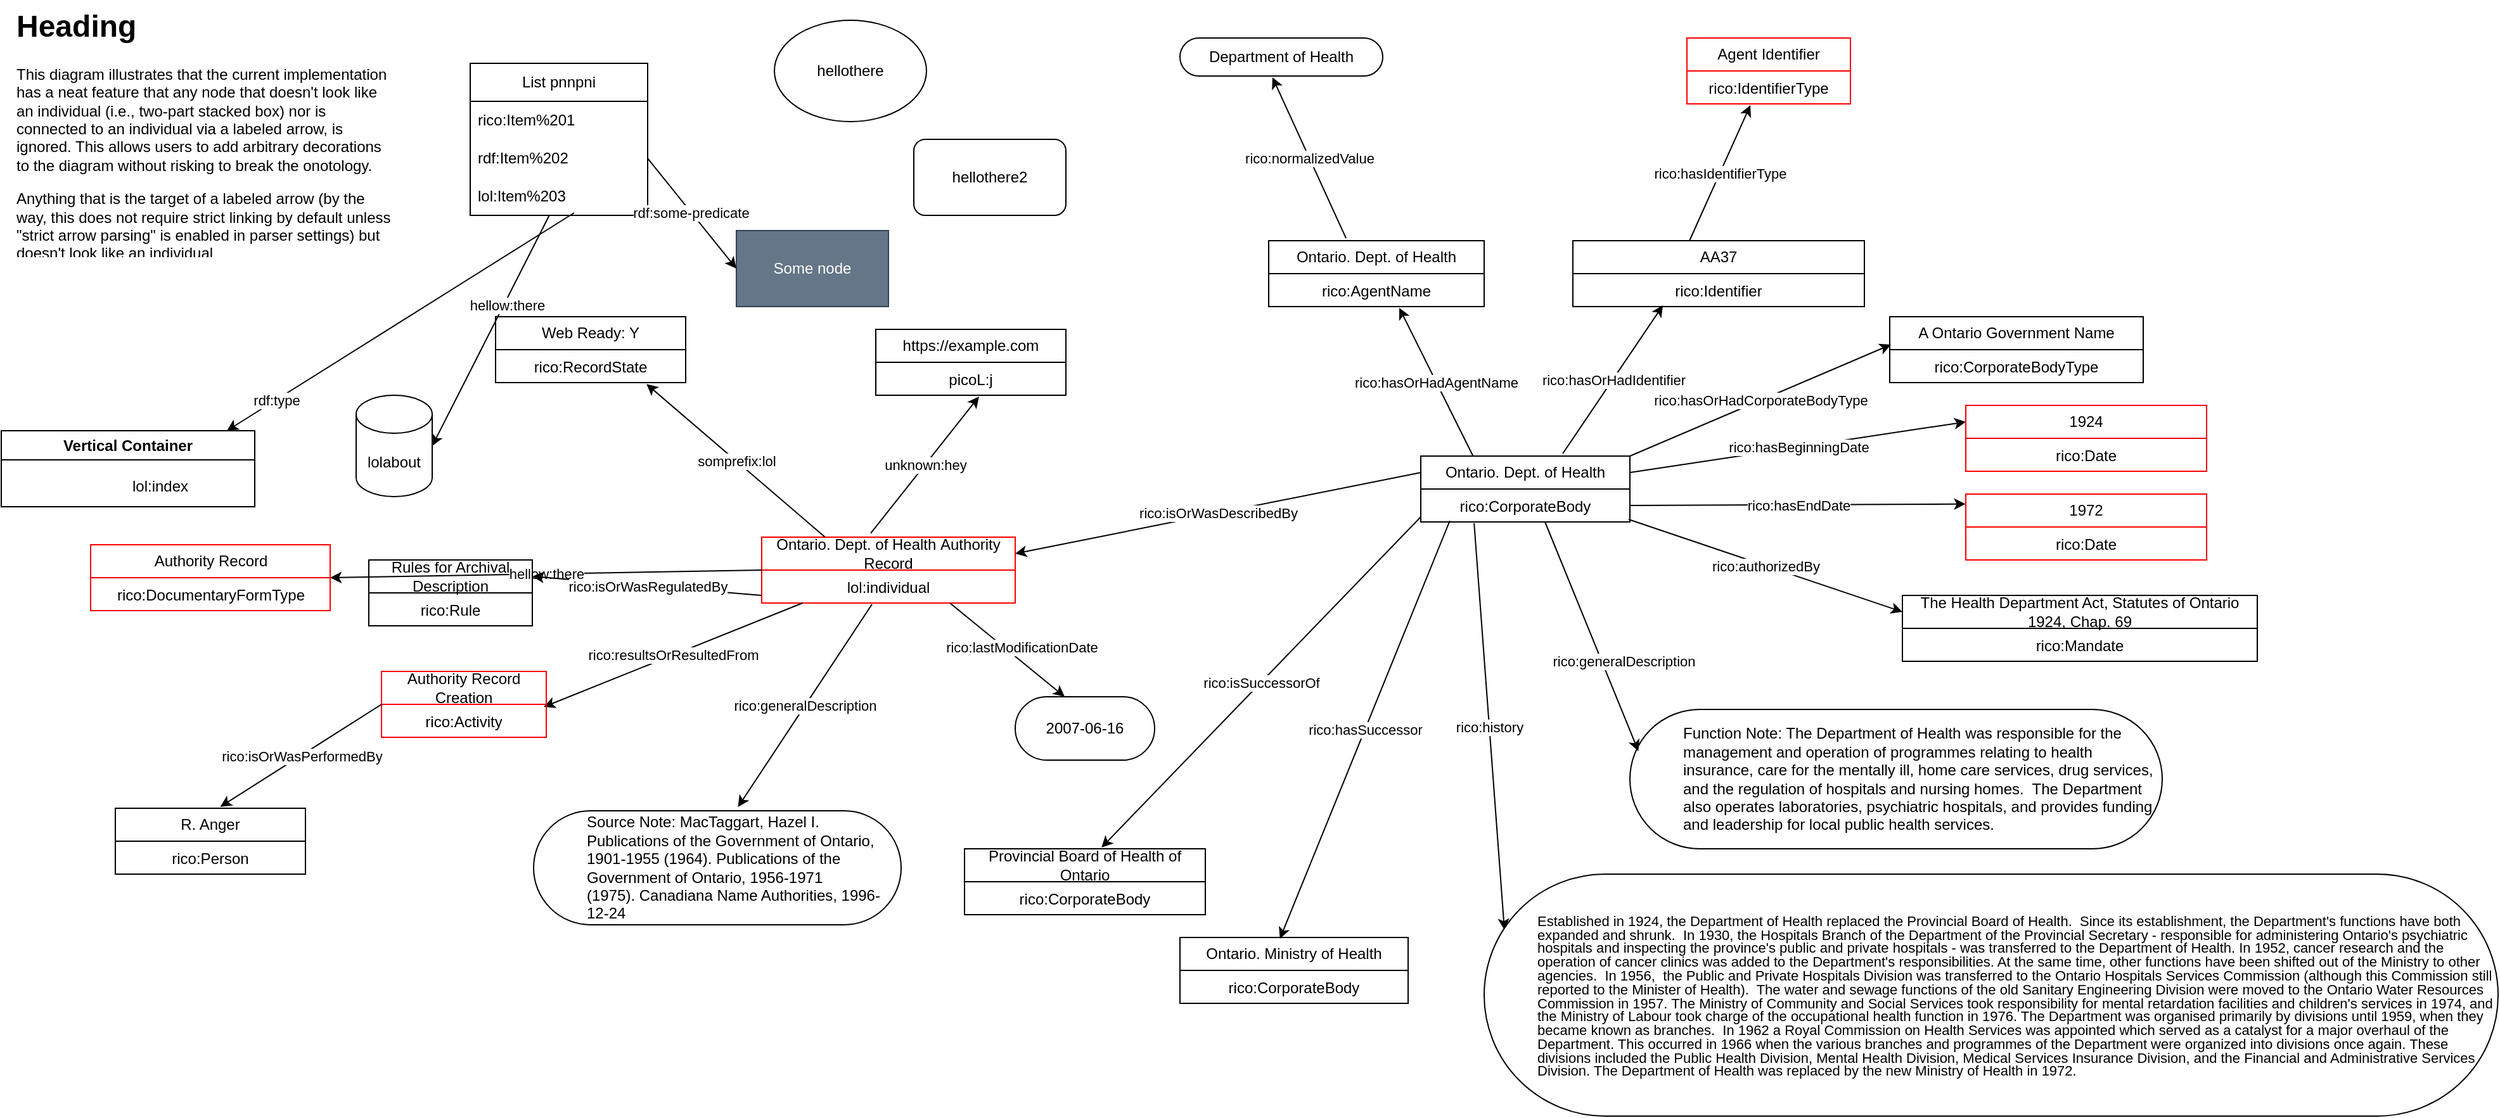
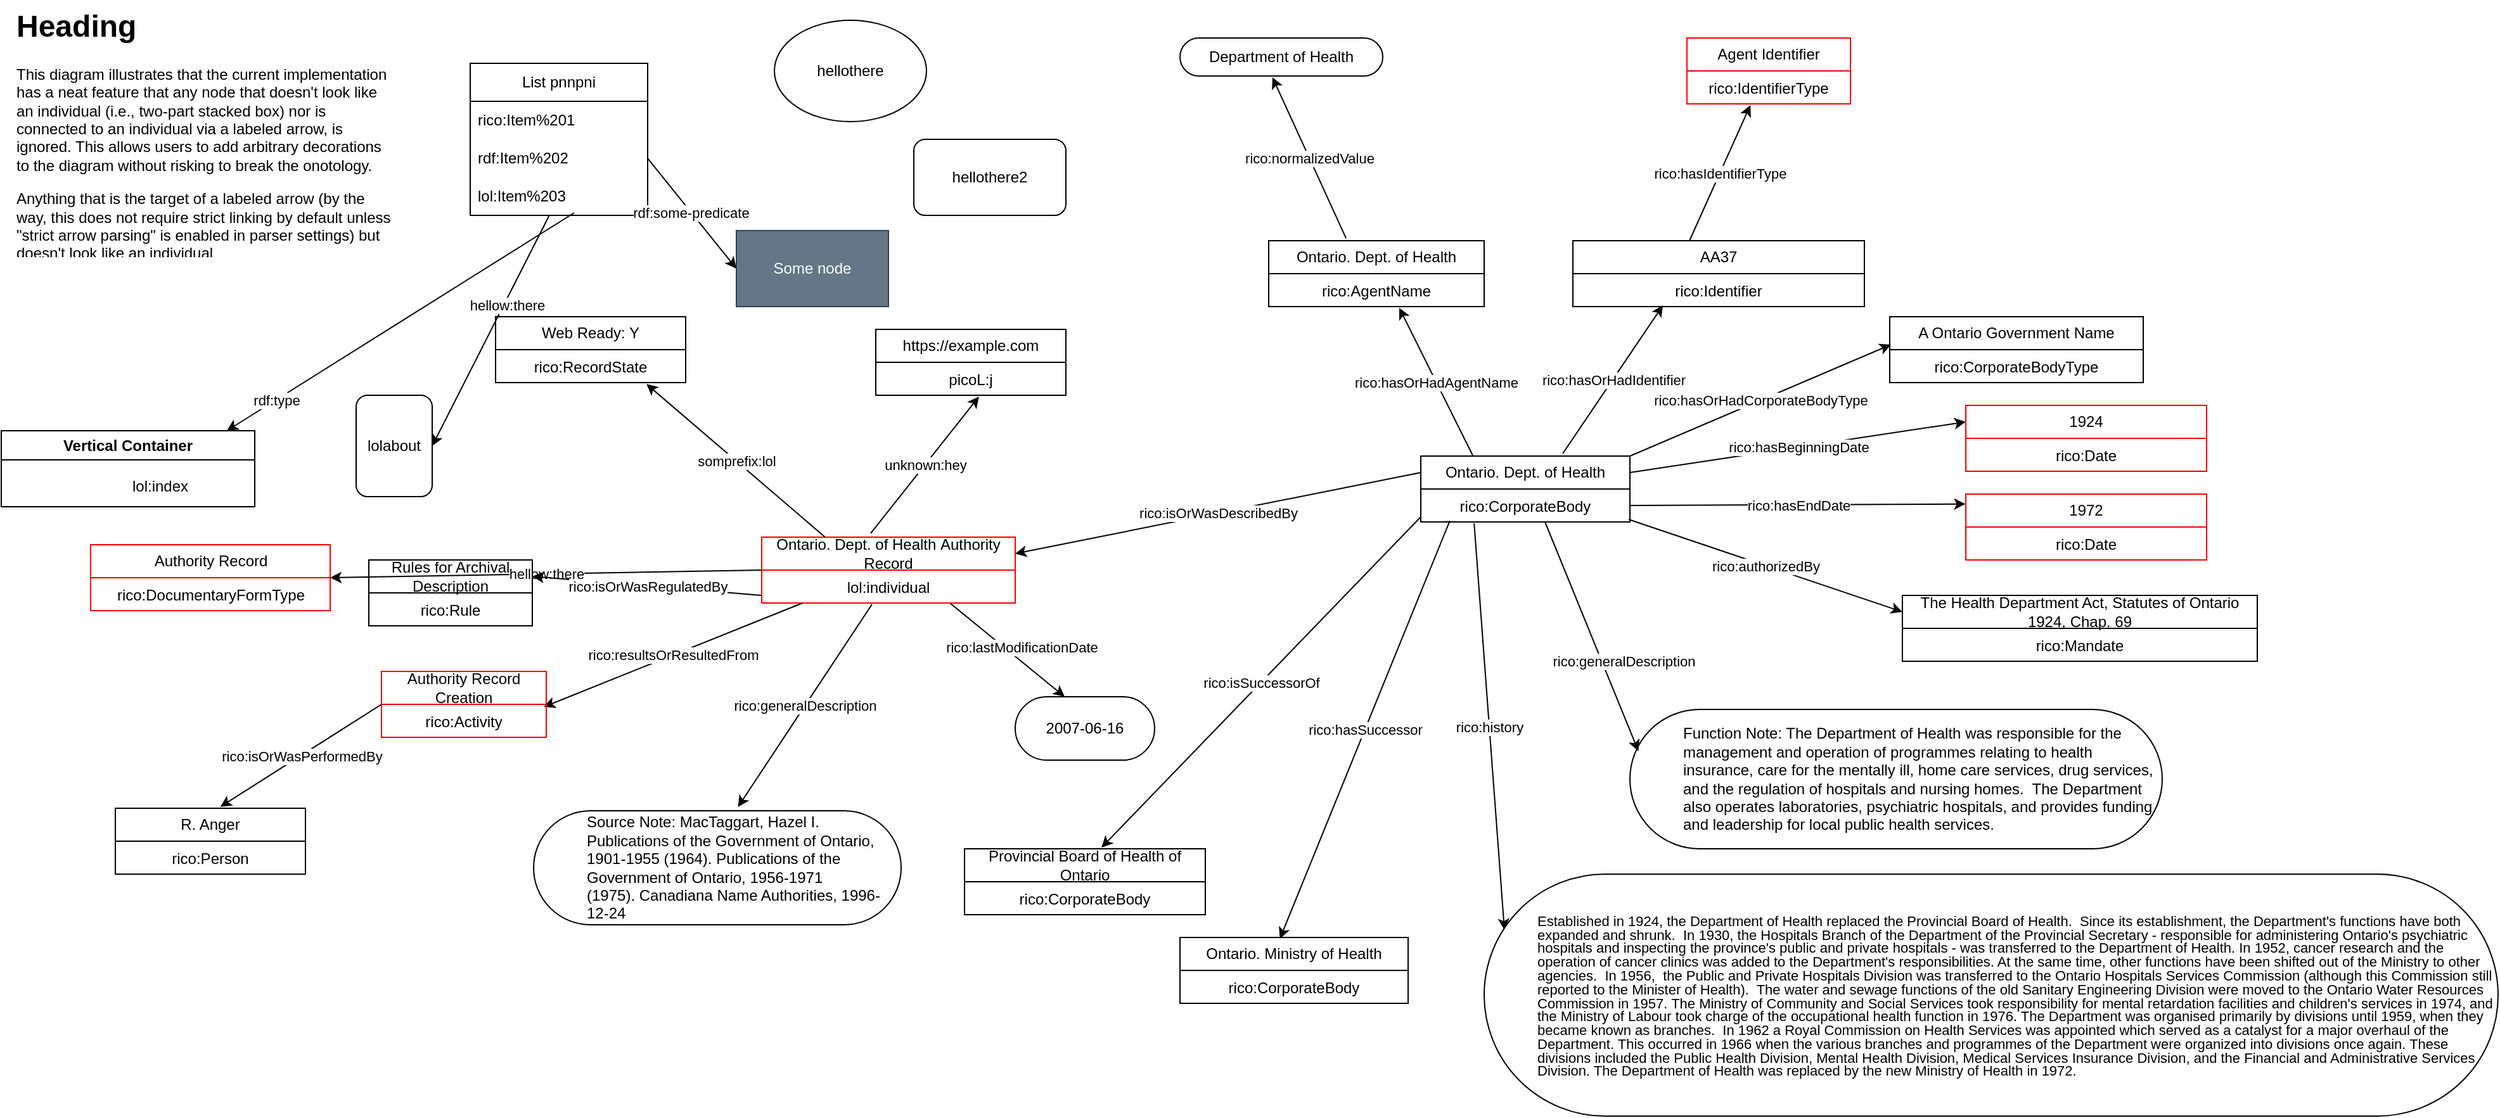
<mxfile host="[::]" agent="Mozilla/5.0 (Macintosh; Intel Mac OS X 10_15_7) AppleWebKit/537.36 (KHTML, like Gecko) Chrome/140.0.0.0 Safari/537.36" version="24.7.5">
  <diagram name="Page-1" id="JNRxnBV9_3tvGunqLC9R">
    <mxGraphModel dx="1644" dy="462" grid="1" gridSize="10" guides="1" tooltips="1" connect="1" arrows="1" fold="1" page="1" pageScale="1" pageWidth="850" pageHeight="1100" background="#FFFFFF" math="0" shadow="0">
      <root>
        <gbadMetadata label="" csvPath="/mock22/path/to/file.csv" baseUri="http://mock23-base-uri.com" rdfParserSettings="{&quot;version&quot;:1,&quot;settings&quot;:{&quot;includePreamble&quot;:false,&quot;inferTypeOfLiterals&quot;:true,&quot;includeLabel&quot;:false,&quot;strictMode&quot;:true,&quot;indentation&quot;:2,&quot;maxGap&quot;:10,&quot;ontologyIri&quot;:null,&quot;prefix&quot;:null,&quot;prefixIri&quot;:null,&quot;capitalisationScheme&quot;:&quot;upper-camel&quot;,&quot;metacharacterStrategy&quot;:&quot;url&quot;,&quot;metacharacterEntries&quot;:[]}}" id="0">
          <userObjectPreambleElement rdfPrefix="mock1" rdfIRI="http://mock-iri-ns.org" />
          <userObjectPreambleElement rdfPrefix="mock2" rdfIRI="http://prefix.com" />
          <userObjectPreambleElement rdfPrefix="rico" rdfIRI="rico://mock-rico" />
          <userObjectPreambleElement rdfPrefix="lol" rdfIRI="http://something.com" />
          <userObjectPreambleElement rdfPrefix="hellow" rdfIRI="some://helloworld" />
          <userObjectPreambleElement rdfPrefix="somprefix" rdfIRI="h://hello" />
          <userObjectPreambleElement rdfPrefix="unknown" rdfIRI="unknown://link" />
          <userObjectPreambleElement rdfPrefix="picoL" rdfIRI="s://sdfsdf" />
          <mxCell />
        </gbadMetadata>
        <mxCell id="1" parent="0" />
        <mxCell id="gmwnegnUR_CNORKRYM6Y-10" value="" style="endArrow=classic;html=1;rounded=0;entryX=0.456;entryY=1.033;entryDx=0;entryDy=0;entryPerimeter=0;exitX=0.359;exitY=-0.038;exitDx=0;exitDy=0;exitPerimeter=0;" parent="1" source="iiJ8OJKaNMLrSCaLO3TT-1" target="gmwnegnUR_CNORKRYM6Y-12" edge="1">
          <mxGeometry relative="1" as="geometry">
            <mxPoint x="230" y="180" as="sourcePoint" />
            <mxPoint x="180" y="90" as="targetPoint" />
          </mxGeometry>
        </mxCell>
        <mxCell id="gmwnegnUR_CNORKRYM6Y-11" value="rico:normalizedValue" style="edgeLabel;resizable=0;html=1;;align=center;verticalAlign=middle;" parent="gmwnegnUR_CNORKRYM6Y-10" connectable="0" vertex="1">
          <mxGeometry relative="1" as="geometry" />
        </mxCell>
        <mxCell id="gmwnegnUR_CNORKRYM6Y-12" value="Department of Health" style="html=1;whiteSpace=wrap;rounded=1;arcSize=50;strokeColor=#000000;" parent="1" vertex="1">
          <mxGeometry x="100" y="40" width="160" height="30" as="geometry" />
        </mxCell>
        <mxCell id="gmwnegnUR_CNORKRYM6Y-13" value="AA37" style="swimlane;fontStyle=0;childLayout=stackLayout;horizontal=1;startSize=26;fillColor=none;horizontalStack=0;resizeParent=1;resizeParentMax=0;resizeLast=0;collapsible=1;marginBottom=0;whiteSpace=wrap;html=1;" parent="1" vertex="1">
          <mxGeometry x="410" y="200" width="230" height="52" as="geometry">
            <mxRectangle x="981" y="570" width="50" height="40" as="alternateBounds" />
          </mxGeometry>
        </mxCell>
        <mxCell id="gmwnegnUR_CNORKRYM6Y-14" value="rico:Identifier&lt;div&gt;&lt;br&gt;&lt;/div&gt;" style="text;strokeColor=none;fillColor=none;align=center;verticalAlign=top;spacingLeft=4;spacingRight=4;overflow=hidden;rotatable=0;points=[[0,0.5],[1,0.5]];portConstraint=eastwest;whiteSpace=wrap;html=1;" parent="gmwnegnUR_CNORKRYM6Y-13" vertex="1">
          <mxGeometry y="26" width="230" height="26" as="geometry" />
        </mxCell>
        <mxCell id="gmwnegnUR_CNORKRYM6Y-16" value="" style="endArrow=classic;html=1;rounded=0;entryX=0.309;entryY=0.962;entryDx=0;entryDy=0;entryPerimeter=0;exitX=0.679;exitY=-0.038;exitDx=0;exitDy=0;exitPerimeter=0;" parent="1" source="Tc_GIQojTk6pTu17JZoE-1" target="gmwnegnUR_CNORKRYM6Y-14" edge="1">
          <mxGeometry relative="1" as="geometry">
            <mxPoint x="410" y="350" as="sourcePoint" />
            <mxPoint x="470" y="260" as="targetPoint" />
          </mxGeometry>
        </mxCell>
        <mxCell id="gmwnegnUR_CNORKRYM6Y-17" value="rico:hasOrHadIdentifier" style="edgeLabel;resizable=0;html=1;;align=center;verticalAlign=middle;" parent="gmwnegnUR_CNORKRYM6Y-16" connectable="0" vertex="1">
          <mxGeometry relative="1" as="geometry" />
        </mxCell>
        <mxCell id="gmwnegnUR_CNORKRYM6Y-18" value="" style="endArrow=classic;html=1;rounded=0;exitX=0.4;exitY=0;exitDx=0;exitDy=0;exitPerimeter=0;entryX=0.388;entryY=1.038;entryDx=0;entryDy=0;entryPerimeter=0;" parent="1" source="gmwnegnUR_CNORKRYM6Y-13" target="gmwnegnUR_CNORKRYM6Y-21" edge="1">
          <mxGeometry relative="1" as="geometry">
            <mxPoint x="320" y="60" as="sourcePoint" />
            <mxPoint x="540" y="120" as="targetPoint" />
          </mxGeometry>
        </mxCell>
        <mxCell id="gmwnegnUR_CNORKRYM6Y-19" value="rico:hasIdentifierType" style="edgeLabel;resizable=0;html=1;;align=center;verticalAlign=middle;" parent="gmwnegnUR_CNORKRYM6Y-18" connectable="0" vertex="1">
          <mxGeometry relative="1" as="geometry" />
        </mxCell>
        <mxCell id="gmwnegnUR_CNORKRYM6Y-20" value="Agent Identifier" style="swimlane;fontStyle=0;childLayout=stackLayout;horizontal=1;startSize=26;fillColor=none;horizontalStack=0;resizeParent=1;resizeParentMax=0;resizeLast=0;collapsible=1;marginBottom=0;whiteSpace=wrap;html=1;strokeColor=#FF0000;" parent="1" vertex="1">
          <mxGeometry x="500" y="40" width="129" height="52" as="geometry">
            <mxRectangle x="981" y="570" width="50" height="40" as="alternateBounds" />
          </mxGeometry>
        </mxCell>
        <mxCell id="gmwnegnUR_CNORKRYM6Y-21" value="rico:IdentifierType&lt;div&gt;&lt;br&gt;&lt;/div&gt;" style="text;strokeColor=none;fillColor=none;align=center;verticalAlign=top;spacingLeft=4;spacingRight=4;overflow=hidden;rotatable=0;points=[[0,0.5],[1,0.5]];portConstraint=eastwest;whiteSpace=wrap;html=1;" parent="gmwnegnUR_CNORKRYM6Y-20" vertex="1">
          <mxGeometry y="26" width="129" height="26" as="geometry" />
        </mxCell>
        <mxCell id="iiJ8OJKaNMLrSCaLO3TT-1" value="Ontario. Dept. of Health" style="swimlane;fontStyle=0;childLayout=stackLayout;horizontal=1;startSize=26;fillColor=none;horizontalStack=0;resizeParent=1;resizeParentMax=0;resizeLast=0;collapsible=1;marginBottom=0;whiteSpace=wrap;html=1;strokeColor=#000000;" parent="1" vertex="1">
          <mxGeometry x="170" y="200" width="170" height="52" as="geometry">
            <mxRectangle x="981" y="570" width="50" height="40" as="alternateBounds" />
          </mxGeometry>
        </mxCell>
        <mxCell id="iiJ8OJKaNMLrSCaLO3TT-2" value="rico:AgentName&lt;div&gt;&lt;br&gt;&lt;/div&gt;" style="text;strokeColor=none;fillColor=none;align=center;verticalAlign=top;spacingLeft=4;spacingRight=4;overflow=hidden;rotatable=0;points=[[0,0.5],[1,0.5]];portConstraint=eastwest;whiteSpace=wrap;html=1;" parent="iiJ8OJKaNMLrSCaLO3TT-1" vertex="1">
          <mxGeometry y="26" width="170" height="26" as="geometry" />
        </mxCell>
        <mxCell id="iiJ8OJKaNMLrSCaLO3TT-3" value="" style="endArrow=classic;html=1;rounded=0;exitX=0.25;exitY=0;exitDx=0;exitDy=0;entryX=0.606;entryY=1.038;entryDx=0;entryDy=0;entryPerimeter=0;" parent="1" source="Tc_GIQojTk6pTu17JZoE-1" target="iiJ8OJKaNMLrSCaLO3TT-2" edge="1">
          <mxGeometry relative="1" as="geometry">
            <mxPoint x="320" y="350" as="sourcePoint" />
            <mxPoint x="280" y="270" as="targetPoint" />
          </mxGeometry>
        </mxCell>
        <mxCell id="iiJ8OJKaNMLrSCaLO3TT-4" value="rico:hasOrHadAgentName" style="edgeLabel;resizable=0;html=1;;align=center;verticalAlign=middle;" parent="iiJ8OJKaNMLrSCaLO3TT-3" connectable="0" vertex="1">
          <mxGeometry relative="1" as="geometry" />
        </mxCell>
        <mxCell id="iiJ8OJKaNMLrSCaLO3TT-5" value="A Ontario Government Name" style="swimlane;fontStyle=0;childLayout=stackLayout;horizontal=1;startSize=26;fillColor=none;horizontalStack=0;resizeParent=1;resizeParentMax=0;resizeLast=0;collapsible=1;marginBottom=0;whiteSpace=wrap;html=1;strokeColor=#000000;" parent="1" vertex="1">
          <mxGeometry x="660" y="260" width="200" height="52" as="geometry">
            <mxRectangle x="981" y="570" width="50" height="40" as="alternateBounds" />
          </mxGeometry>
        </mxCell>
        <mxCell id="iiJ8OJKaNMLrSCaLO3TT-6" value="rico:CorporateBodyType&lt;div&gt;&lt;br&gt;&lt;/div&gt;" style="text;strokeColor=none;fillColor=none;align=center;verticalAlign=top;spacingLeft=4;spacingRight=4;overflow=hidden;rotatable=0;points=[[0,0.5],[1,0.5]];portConstraint=eastwest;whiteSpace=wrap;html=1;" parent="iiJ8OJKaNMLrSCaLO3TT-5" vertex="1">
          <mxGeometry y="26" width="200" height="26" as="geometry" />
        </mxCell>
        <mxCell id="iiJ8OJKaNMLrSCaLO3TT-7" value="" style="endArrow=classic;html=1;rounded=0;exitX=1;exitY=0;exitDx=0;exitDy=0;entryX=0.005;entryY=-0.154;entryDx=0;entryDy=0;entryPerimeter=0;" parent="1" source="Tc_GIQojTk6pTu17JZoE-1" target="iiJ8OJKaNMLrSCaLO3TT-6" edge="1">
          <mxGeometry relative="1" as="geometry">
            <mxPoint x="469.46000000000004" y="373.4839999999999" as="sourcePoint" />
            <mxPoint x="620" y="300" as="targetPoint" />
          </mxGeometry>
        </mxCell>
        <mxCell id="iiJ8OJKaNMLrSCaLO3TT-8" value="rico:hasOrHadCorporateBodyType" style="edgeLabel;resizable=0;html=1;;align=center;verticalAlign=middle;" parent="iiJ8OJKaNMLrSCaLO3TT-7" connectable="0" vertex="1">
          <mxGeometry relative="1" as="geometry" />
        </mxCell>
        <mxCell id="iiJ8OJKaNMLrSCaLO3TT-9" value="" style="endArrow=classic;html=1;rounded=0;exitX=1;exitY=0.25;exitDx=0;exitDy=0;entryX=0;entryY=0.25;entryDx=0;entryDy=0;strokeColor=#000000;" parent="1" source="Tc_GIQojTk6pTu17JZoE-1" target="iiJ8OJKaNMLrSCaLO3TT-11" edge="1">
          <mxGeometry relative="1" as="geometry">
            <mxPoint x="470.17999999999984" y="381.0239999999999" as="sourcePoint" />
            <mxPoint x="720" y="360" as="targetPoint" />
          </mxGeometry>
        </mxCell>
        <mxCell id="iiJ8OJKaNMLrSCaLO3TT-10" value="rico:hasBeginningDate" style="edgeLabel;resizable=0;html=1;;align=center;verticalAlign=middle;" parent="iiJ8OJKaNMLrSCaLO3TT-9" connectable="0" vertex="1">
          <mxGeometry relative="1" as="geometry" />
        </mxCell>
        <mxCell id="iiJ8OJKaNMLrSCaLO3TT-11" value="1924" style="swimlane;fontStyle=0;childLayout=stackLayout;horizontal=1;startSize=26;fillColor=none;horizontalStack=0;resizeParent=1;resizeParentMax=0;resizeLast=0;collapsible=1;marginBottom=0;whiteSpace=wrap;html=1;strokeColor=#FF0000;" parent="1" vertex="1">
          <mxGeometry x="720" y="330" width="190" height="52" as="geometry" />
        </mxCell>
        <mxCell id="iiJ8OJKaNMLrSCaLO3TT-12" value="rico:Date" style="text;strokeColor=none;fillColor=none;align=center;verticalAlign=top;spacingLeft=4;spacingRight=4;overflow=hidden;rotatable=0;points=[[0,0.5],[1,0.5]];portConstraint=eastwest;whiteSpace=wrap;html=1;" parent="iiJ8OJKaNMLrSCaLO3TT-11" vertex="1">
          <mxGeometry y="26" width="190" height="26" as="geometry" />
        </mxCell>
        <mxCell id="iiJ8OJKaNMLrSCaLO3TT-17" value="" style="endArrow=classic;html=1;rounded=0;entryX=-0.001;entryY=0.151;entryDx=0;entryDy=0;entryPerimeter=0;strokeColor=#000000;exitX=1;exitY=0.5;exitDx=0;exitDy=0;" parent="1" source="Tc_GIQojTk6pTu17JZoE-2" target="iiJ8OJKaNMLrSCaLO3TT-19" edge="1">
          <mxGeometry relative="1" as="geometry">
            <mxPoint x="470" y="410" as="sourcePoint" />
            <mxPoint x="620" y="400" as="targetPoint" />
          </mxGeometry>
        </mxCell>
        <mxCell id="iiJ8OJKaNMLrSCaLO3TT-18" value="rico:hasEndDate" style="edgeLabel;resizable=0;html=1;;align=center;verticalAlign=middle;" parent="iiJ8OJKaNMLrSCaLO3TT-17" connectable="0" vertex="1">
          <mxGeometry relative="1" as="geometry" />
        </mxCell>
        <mxCell id="iiJ8OJKaNMLrSCaLO3TT-19" value="1972" style="swimlane;fontStyle=0;childLayout=stackLayout;horizontal=1;startSize=26;fillColor=none;horizontalStack=0;resizeParent=1;resizeParentMax=0;resizeLast=0;collapsible=1;marginBottom=0;whiteSpace=wrap;html=1;strokeColor=#FF0000;" parent="1" vertex="1">
          <mxGeometry x="720" y="400" width="190" height="52" as="geometry" />
        </mxCell>
        <mxCell id="iiJ8OJKaNMLrSCaLO3TT-20" value="rico:Date" style="text;strokeColor=none;fillColor=none;align=center;verticalAlign=top;spacingLeft=4;spacingRight=4;overflow=hidden;rotatable=0;points=[[0,0.5],[1,0.5]];portConstraint=eastwest;whiteSpace=wrap;html=1;" parent="iiJ8OJKaNMLrSCaLO3TT-19" vertex="1">
          <mxGeometry y="26" width="190" height="26" as="geometry" />
        </mxCell>
        <mxCell id="_-RjwaxhbeTWfwVWe4ke-13" value="" style="endArrow=classic;html=1;rounded=0;exitX=0.255;exitY=1.038;exitDx=0;exitDy=0;exitPerimeter=0;entryX=0.02;entryY=0.231;entryDx=0;entryDy=0;entryPerimeter=0;" parent="1" source="Tc_GIQojTk6pTu17JZoE-2" target="_-RjwaxhbeTWfwVWe4ke-15" edge="1">
          <mxGeometry relative="1" as="geometry">
            <mxPoint x="412.03999999999996" y="421.66200000000003" as="sourcePoint" />
            <mxPoint x="720" y="640" as="targetPoint" />
          </mxGeometry>
        </mxCell>
        <mxCell id="_-RjwaxhbeTWfwVWe4ke-14" value="rico:history" style="edgeLabel;resizable=0;html=1;;align=center;verticalAlign=middle;" parent="_-RjwaxhbeTWfwVWe4ke-13" connectable="0" vertex="1">
          <mxGeometry relative="1" as="geometry" />
        </mxCell>
        <mxCell id="_-RjwaxhbeTWfwVWe4ke-15" value="&lt;blockquote style=&quot;margin: 0 0 0 40px; border: none; padding: 0px;&quot;&gt;&lt;div style=&quot;line-height: 90%;&quot;&gt;&lt;span style=&quot;font-size: 11px;&quot;&gt;Established in 1924, the Department of Health replaced the Provincial Board of Health.&amp;nbsp; Since its establishment, the Department&#39;s functions have both expanded and shrunk.&amp;nbsp; In 1930, the Hospitals Branch of the Department of the Provincial Secretary - responsible for administering Ontario&#39;s psychiatric hospitals and inspecting the province&#39;s public and private hospitals - was transferred to the Department of Health. In 1952, cancer research and the operation of cancer clinics was added to the Department&#39;s responsibilities. At the same time, other functions have been shifted out of the Ministry to other agencies.&amp;nbsp; In 1956,&amp;nbsp; the Public and Private Hospitals Division was transferred to the Ontario Hospitals Services Commission (although this Commission still reported to the Minister of Health).&amp;nbsp; The water and sewage functions of the old Sanitary Engineering Division were moved to the Ontario Water Resources Commission in 1957. The Ministry of Community and Social Services took responsibility for mental retardation facilities and children&#39;s services in 1974, and the Ministry of Labour took charge of the occupational health function in 1976. The Department was organised primarily by divisions until 1959, when they became known as branches.&amp;nbsp; In 1962 a Royal Commission on Health Services was appointed which served as a catalyst for a major overhaul of the Department. This occurred in 1966 when the various branches and programmes of the Department were organized into divisions once again. These divisions included the Public Health Division, Mental Health Division, Medical Services Insurance Division, and the Financial and Administrative Services Division. The Department of Health was replaced by the new Ministry of Health in 1972.&lt;/span&gt;&lt;br&gt;&lt;/div&gt;&lt;/blockquote&gt;" style="html=1;whiteSpace=wrap;rounded=1;arcSize=50;align=left;" parent="1" vertex="1">
          <mxGeometry x="340" y="700" width="800" height="191" as="geometry" />
        </mxCell>
        <mxCell id="I4GB3cVhTv-sTvJ7h0Jz-29" value="Ontario. Dept. of Health&amp;nbsp;Authority Record" style="swimlane;fontStyle=0;childLayout=stackLayout;horizontal=1;startSize=26;fillColor=none;horizontalStack=0;resizeParent=1;resizeParentMax=0;resizeLast=0;collapsible=1;marginBottom=0;whiteSpace=wrap;html=1;strokeColor=#FF0000;" parent="1" vertex="1">
          <mxGeometry x="-230" y="434" width="200" height="52" as="geometry" />
        </mxCell>
        <mxCell id="I4GB3cVhTv-sTvJ7h0Jz-30" value="lol:individual" style="text;strokeColor=none;fillColor=none;align=center;verticalAlign=top;spacingLeft=4;spacingRight=4;overflow=hidden;rotatable=0;points=[[0,0.5],[1,0.5]];portConstraint=eastwest;whiteSpace=wrap;html=1;" parent="I4GB3cVhTv-sTvJ7h0Jz-29" vertex="1">
          <mxGeometry y="26" width="200" height="26" as="geometry" />
        </mxCell>
        <mxCell id="I4GB3cVhTv-sTvJ7h0Jz-31" value="" style="endArrow=classic;html=1;rounded=0;entryX=1;entryY=0.25;entryDx=0;entryDy=0;exitX=0;exitY=0.25;exitDx=0;exitDy=0;" parent="1" source="Tc_GIQojTk6pTu17JZoE-1" target="I4GB3cVhTv-sTvJ7h0Jz-29" edge="1">
          <mxGeometry relative="1" as="geometry">
            <mxPoint x="270" y="380" as="sourcePoint" />
            <mxPoint x="-110" y="380" as="targetPoint" />
          </mxGeometry>
        </mxCell>
        <mxCell id="I4GB3cVhTv-sTvJ7h0Jz-32" value="rico:isOrWasDescribedBy" style="edgeLabel;resizable=0;html=1;;align=center;verticalAlign=middle;" parent="I4GB3cVhTv-sTvJ7h0Jz-31" connectable="0" vertex="1">
          <mxGeometry relative="1" as="geometry" />
        </mxCell>
        <mxCell id="I4GB3cVhTv-sTvJ7h0Jz-33" value="" style="endArrow=classic;html=1;rounded=0;exitX=0;exitY=0.5;exitDx=0;exitDy=0;entryX=1;entryY=0.5;entryDx=0;entryDy=0;" parent="1" source="I4GB3cVhTv-sTvJ7h0Jz-29" target="I4GB3cVhTv-sTvJ7h0Jz-35" edge="1">
          <mxGeometry relative="1" as="geometry">
            <mxPoint x="-200" y="364" as="sourcePoint" />
            <mxPoint x="-410" y="410" as="targetPoint" />
          </mxGeometry>
        </mxCell>
        <mxCell id="I4GB3cVhTv-sTvJ7h0Jz-34" value="hellow:there" style="edgeLabel;resizable=0;html=1;;align=center;verticalAlign=middle;" parent="I4GB3cVhTv-sTvJ7h0Jz-33" connectable="0" vertex="1">
          <mxGeometry relative="1" as="geometry" />
        </mxCell>
        <mxCell id="I4GB3cVhTv-sTvJ7h0Jz-35" value="Authority Record" style="swimlane;fontStyle=0;childLayout=stackLayout;horizontal=1;startSize=26;fillColor=none;horizontalStack=0;resizeParent=1;resizeParentMax=0;resizeLast=0;collapsible=1;marginBottom=0;whiteSpace=wrap;html=1;strokeColor=#FF0000;" parent="1" vertex="1">
          <mxGeometry x="-759.5" y="440" width="189" height="52" as="geometry">
            <mxRectangle x="981" y="570" width="50" height="40" as="alternateBounds" />
          </mxGeometry>
        </mxCell>
        <mxCell id="I4GB3cVhTv-sTvJ7h0Jz-36" value="rico:DocumentaryFormType&lt;div&gt;&lt;br&gt;&lt;/div&gt;" style="text;strokeColor=none;fillColor=none;align=center;verticalAlign=top;spacingLeft=4;spacingRight=4;overflow=hidden;rotatable=0;points=[[0,0.5],[1,0.5]];portConstraint=eastwest;whiteSpace=wrap;html=1;" parent="I4GB3cVhTv-sTvJ7h0Jz-35" vertex="1">
          <mxGeometry y="26" width="189" height="26" as="geometry" />
        </mxCell>
        <mxCell id="I4GB3cVhTv-sTvJ7h0Jz-37" value="" style="endArrow=classic;html=1;rounded=0;exitX=0;exitY=0.769;exitDx=0;exitDy=0;exitPerimeter=0;entryX=1;entryY=0.25;entryDx=0;entryDy=0;" parent="1" source="I4GB3cVhTv-sTvJ7h0Jz-30" target="I4GB3cVhTv-sTvJ7h0Jz-39" edge="1">
          <mxGeometry relative="1" as="geometry">
            <mxPoint x="-201" y="382" as="sourcePoint" />
            <mxPoint x="-390" y="470" as="targetPoint" />
          </mxGeometry>
        </mxCell>
        <mxCell id="I4GB3cVhTv-sTvJ7h0Jz-38" value="rico:isOrWasRegulatedBy" style="edgeLabel;resizable=0;html=1;;align=center;verticalAlign=middle;" parent="I4GB3cVhTv-sTvJ7h0Jz-37" connectable="0" vertex="1">
          <mxGeometry relative="1" as="geometry" />
        </mxCell>
        <mxCell id="I4GB3cVhTv-sTvJ7h0Jz-39" value="Rules for Archival Description" style="swimlane;fontStyle=0;childLayout=stackLayout;horizontal=1;startSize=26;fillColor=none;horizontalStack=0;resizeParent=1;resizeParentMax=0;resizeLast=0;collapsible=1;marginBottom=0;whiteSpace=wrap;html=1;" parent="1" vertex="1">
          <mxGeometry x="-540" y="452" width="129" height="52" as="geometry" />
        </mxCell>
        <mxCell id="I4GB3cVhTv-sTvJ7h0Jz-40" value="rico:Rule&lt;div&gt;&lt;br&gt;&lt;/div&gt;" style="text;strokeColor=none;fillColor=none;align=center;verticalAlign=top;spacingLeft=4;spacingRight=4;overflow=hidden;rotatable=0;points=[[0,0.5],[1,0.5]];portConstraint=eastwest;whiteSpace=wrap;html=1;" parent="I4GB3cVhTv-sTvJ7h0Jz-39" vertex="1">
          <mxGeometry y="26" width="129" height="26" as="geometry" />
        </mxCell>
        <mxCell id="I4GB3cVhTv-sTvJ7h0Jz-41" value="" style="endArrow=classic;html=1;rounded=0;exitX=0.161;exitY=1;exitDx=0;exitDy=0;exitPerimeter=0;entryX=0.985;entryY=0.077;entryDx=0;entryDy=0;entryPerimeter=0;" parent="1" source="I4GB3cVhTv-sTvJ7h0Jz-30" target="I4GB3cVhTv-sTvJ7h0Jz-44" edge="1">
          <mxGeometry relative="1" as="geometry">
            <mxPoint x="-190" y="400" as="sourcePoint" />
            <mxPoint x="-370" y="560" as="targetPoint" />
          </mxGeometry>
        </mxCell>
        <mxCell id="I4GB3cVhTv-sTvJ7h0Jz-42" value="rico:resultsOrResultedFrom" style="edgeLabel;resizable=0;html=1;;align=center;verticalAlign=middle;" parent="I4GB3cVhTv-sTvJ7h0Jz-41" connectable="0" vertex="1">
          <mxGeometry relative="1" as="geometry" />
        </mxCell>
        <mxCell id="I4GB3cVhTv-sTvJ7h0Jz-43" value="Authority Record Creation" style="swimlane;fontStyle=0;childLayout=stackLayout;horizontal=1;startSize=26;fillColor=none;horizontalStack=0;resizeParent=1;resizeParentMax=0;resizeLast=0;collapsible=1;marginBottom=0;whiteSpace=wrap;html=1;strokeColor=#FF0000;" parent="1" vertex="1">
          <mxGeometry x="-530" y="540" width="130" height="52" as="geometry" />
        </mxCell>
        <mxCell id="I4GB3cVhTv-sTvJ7h0Jz-44" value="rico:Activity" style="text;strokeColor=none;fillColor=none;align=center;verticalAlign=top;spacingLeft=4;spacingRight=4;overflow=hidden;rotatable=0;points=[[0,0.5],[1,0.5]];portConstraint=eastwest;whiteSpace=wrap;html=1;" parent="I4GB3cVhTv-sTvJ7h0Jz-43" vertex="1">
          <mxGeometry y="26" width="130" height="26" as="geometry" />
        </mxCell>
        <mxCell id="I4GB3cVhTv-sTvJ7h0Jz-45" value="" style="endArrow=classic;html=1;rounded=0;entryX=0.552;entryY=-0.022;entryDx=0;entryDy=0;entryPerimeter=0;exitX=0;exitY=0.5;exitDx=0;exitDy=0;" parent="1" source="I4GB3cVhTv-sTvJ7h0Jz-43" target="I4GB3cVhTv-sTvJ7h0Jz-47" edge="1">
          <mxGeometry relative="1" as="geometry">
            <mxPoint x="-570" y="570" as="sourcePoint" />
            <mxPoint x="-650" y="640" as="targetPoint" />
          </mxGeometry>
        </mxCell>
        <mxCell id="I4GB3cVhTv-sTvJ7h0Jz-46" value="rico:isOrWasPerformedBy" style="edgeLabel;resizable=0;html=1;;align=center;verticalAlign=middle;" parent="I4GB3cVhTv-sTvJ7h0Jz-45" connectable="0" vertex="1">
          <mxGeometry relative="1" as="geometry" />
        </mxCell>
        <mxCell id="I4GB3cVhTv-sTvJ7h0Jz-47" value="R. Anger" style="swimlane;fontStyle=0;childLayout=stackLayout;horizontal=1;startSize=26;fillColor=none;horizontalStack=0;resizeParent=1;resizeParentMax=0;resizeLast=0;collapsible=1;marginBottom=0;whiteSpace=wrap;html=1;" parent="1" vertex="1">
          <mxGeometry x="-740" y="648" width="150" height="52" as="geometry" />
        </mxCell>
        <mxCell id="I4GB3cVhTv-sTvJ7h0Jz-48" value="rico:Person" style="text;strokeColor=none;fillColor=none;align=center;verticalAlign=top;spacingLeft=4;spacingRight=4;overflow=hidden;rotatable=0;points=[[0,0.5],[1,0.5]];portConstraint=eastwest;whiteSpace=wrap;html=1;" parent="I4GB3cVhTv-sTvJ7h0Jz-47" vertex="1">
          <mxGeometry y="26" width="150" height="26" as="geometry" />
        </mxCell>
        <mxCell id="kRIpfUrG9O16BsR5oPXA-15" value="" style="endArrow=classic;html=1;rounded=0;exitX=0.744;exitY=1.01;exitDx=0;exitDy=0;exitPerimeter=0;entryX=0.355;entryY=0;entryDx=0;entryDy=0;entryPerimeter=0;" parent="1" source="I4GB3cVhTv-sTvJ7h0Jz-30" target="kRIpfUrG9O16BsR5oPXA-17" edge="1">
          <mxGeometry relative="1" as="geometry">
            <mxPoint x="-140" y="396" as="sourcePoint" />
            <mxPoint x="-110" y="540" as="targetPoint" />
          </mxGeometry>
        </mxCell>
        <mxCell id="kRIpfUrG9O16BsR5oPXA-16" value="rico:lastModificationDate" style="edgeLabel;resizable=0;html=1;;align=center;verticalAlign=middle;" parent="kRIpfUrG9O16BsR5oPXA-15" connectable="0" vertex="1">
          <mxGeometry relative="1" as="geometry">
            <mxPoint x="11" y="-3" as="offset" />
          </mxGeometry>
        </mxCell>
        <mxCell id="kRIpfUrG9O16BsR5oPXA-17" value="2007-06-16" style="html=1;whiteSpace=wrap;rounded=1;arcSize=50;" parent="1" vertex="1">
          <mxGeometry x="-30" y="560" width="110" height="50" as="geometry" />
        </mxCell>
        <mxCell id="lTHjRTAcClQ9bYR0I0Gv-9" value="" style="endArrow=classic;html=1;rounded=0;exitX=0.25;exitY=0;exitDx=0;exitDy=0;entryX=0.794;entryY=1.045;entryDx=0;entryDy=0;entryPerimeter=0;" parent="1" source="I4GB3cVhTv-sTvJ7h0Jz-29" target="lTHjRTAcClQ9bYR0I0Gv-12" edge="1">
          <mxGeometry relative="1" as="geometry">
            <mxPoint x="-220" y="422" as="sourcePoint" />
            <mxPoint x="-260" y="390" as="targetPoint" />
          </mxGeometry>
        </mxCell>
        <mxCell id="lTHjRTAcClQ9bYR0I0Gv-10" value="somprefix:lol" style="edgeLabel;resizable=0;html=1;;align=center;verticalAlign=middle;" parent="lTHjRTAcClQ9bYR0I0Gv-9" connectable="0" vertex="1">
          <mxGeometry relative="1" as="geometry" />
        </mxCell>
        <mxCell id="lTHjRTAcClQ9bYR0I0Gv-11" value="Web Ready: Y" style="swimlane;fontStyle=0;childLayout=stackLayout;horizontal=1;startSize=26;fillColor=none;horizontalStack=0;resizeParent=1;resizeParentMax=0;resizeLast=0;collapsible=1;marginBottom=0;whiteSpace=wrap;html=1;" parent="1" vertex="1">
          <mxGeometry x="-440" y="260" width="150" height="52" as="geometry">
            <mxRectangle x="981" y="570" width="50" height="40" as="alternateBounds" />
          </mxGeometry>
        </mxCell>
        <mxCell id="lTHjRTAcClQ9bYR0I0Gv-12" value="rico:RecordState&lt;div&gt;&lt;br&gt;&lt;/div&gt;" style="text;strokeColor=none;fillColor=none;align=center;verticalAlign=top;spacingLeft=4;spacingRight=4;overflow=hidden;rotatable=0;points=[[0,0.5],[1,0.5]];portConstraint=eastwest;whiteSpace=wrap;html=1;" parent="lTHjRTAcClQ9bYR0I0Gv-11" vertex="1">
          <mxGeometry y="26" width="150" height="26" as="geometry" />
        </mxCell>
        <mxCell id="lTHjRTAcClQ9bYR0I0Gv-13" value="https://example.com" style="swimlane;fontStyle=0;childLayout=stackLayout;horizontal=1;startSize=26;fillColor=none;horizontalStack=0;resizeParent=1;resizeParentMax=0;resizeLast=0;collapsible=1;marginBottom=0;whiteSpace=wrap;html=1;" parent="1" vertex="1">
          <mxGeometry x="-140" y="270" width="150" height="52" as="geometry">
            <mxRectangle x="981" y="570" width="50" height="40" as="alternateBounds" />
          </mxGeometry>
        </mxCell>
        <mxCell id="lTHjRTAcClQ9bYR0I0Gv-14" value="&lt;div&gt;picoL:j&lt;/div&gt;" style="text;strokeColor=none;fillColor=none;align=center;verticalAlign=top;spacingLeft=4;spacingRight=4;overflow=hidden;rotatable=0;points=[[0,0.5],[1,0.5]];portConstraint=eastwest;whiteSpace=wrap;html=1;" parent="lTHjRTAcClQ9bYR0I0Gv-13" vertex="1">
          <mxGeometry y="26" width="150" height="26" as="geometry" />
        </mxCell>
        <mxCell id="lTHjRTAcClQ9bYR0I0Gv-15" value="" style="endArrow=classic;html=1;rounded=0;exitX=0.43;exitY=-0.058;exitDx=0;exitDy=0;entryX=0.543;entryY=1.038;entryDx=0;entryDy=0;entryPerimeter=0;exitPerimeter=0;" parent="1" source="I4GB3cVhTv-sTvJ7h0Jz-29" target="lTHjRTAcClQ9bYR0I0Gv-14" edge="1">
          <mxGeometry relative="1" as="geometry">
            <mxPoint x="-171" y="434" as="sourcePoint" />
            <mxPoint x="-110" y="380" as="targetPoint" />
          </mxGeometry>
        </mxCell>
        <mxCell id="lTHjRTAcClQ9bYR0I0Gv-16" value="unknown:hey" style="edgeLabel;resizable=0;html=1;;align=center;verticalAlign=middle;" parent="lTHjRTAcClQ9bYR0I0Gv-15" connectable="0" vertex="1">
          <mxGeometry relative="1" as="geometry" />
        </mxCell>
        <mxCell id="QoX8hO-0wcaPtYNZqJav-1" value="&lt;blockquote style=&quot;margin: 0 0 0 40px; border: none; padding: 0px;&quot;&gt;Function Note: The Department of Health was responsible for the&amp;nbsp; management and operation of programmes relating to health insurance, care for the mentally ill, home care services, drug services, and the regulation of hospitals and nursing homes.&amp;nbsp; The Department also operates laboratories, psychiatric hospitals, and provides funding and leadership for local public health services.&lt;/blockquote&gt;" style="html=1;whiteSpace=wrap;rounded=1;arcSize=50;align=left;" parent="1" vertex="1">
          <mxGeometry x="455" y="570" width="420" height="110" as="geometry" />
        </mxCell>
        <mxCell id="QoX8hO-0wcaPtYNZqJav-2" value="" style="endArrow=classic;html=1;rounded=0;exitX=0.594;exitY=1;exitDx=0;exitDy=0;exitPerimeter=0;entryX=0.016;entryY=0.3;entryDx=0;entryDy=0;entryPerimeter=0;" parent="1" source="Tc_GIQojTk6pTu17JZoE-2" target="QoX8hO-0wcaPtYNZqJav-1" edge="1">
          <mxGeometry relative="1" as="geometry">
            <mxPoint x="448.03999999999996" y="422.98800000000006" as="sourcePoint" />
            <mxPoint x="690" y="570" as="targetPoint" />
          </mxGeometry>
        </mxCell>
        <mxCell id="QoX8hO-0wcaPtYNZqJav-3" value="rico:generalDescription" style="edgeLabel;resizable=0;html=1;;align=center;verticalAlign=middle;" parent="QoX8hO-0wcaPtYNZqJav-2" connectable="0" vertex="1">
          <mxGeometry relative="1" as="geometry">
            <mxPoint x="25" y="19" as="offset" />
          </mxGeometry>
        </mxCell>
        <mxCell id="Tc_GIQojTk6pTu17JZoE-1" value="Ontario. Dept. of Health" style="swimlane;fontStyle=0;childLayout=stackLayout;horizontal=1;startSize=26;fillColor=none;horizontalStack=0;resizeParent=1;resizeParentMax=0;resizeLast=0;collapsible=1;marginBottom=0;whiteSpace=wrap;html=1;" parent="1" vertex="1">
          <mxGeometry x="290" y="370" width="165" height="52" as="geometry" />
        </mxCell>
        <mxCell id="Tc_GIQojTk6pTu17JZoE-2" value="rico:CorporateBody" style="text;strokeColor=none;fillColor=none;align=center;verticalAlign=top;spacingLeft=4;spacingRight=4;overflow=hidden;rotatable=0;points=[[0,0.5],[1,0.5]];portConstraint=eastwest;whiteSpace=wrap;html=1;" parent="Tc_GIQojTk6pTu17JZoE-1" vertex="1">
          <mxGeometry y="26" width="165" height="26" as="geometry" />
        </mxCell>
        <mxCell id="Tc_GIQojTk6pTu17JZoE-23" value="Provincial Board of Health of Ontario" style="swimlane;fontStyle=0;childLayout=stackLayout;horizontal=1;startSize=26;fillColor=none;horizontalStack=0;resizeParent=1;resizeParentMax=0;resizeLast=0;collapsible=1;marginBottom=0;whiteSpace=wrap;html=1;strokeColor=#000000;" parent="1" vertex="1">
          <mxGeometry x="-70" y="680" width="190" height="52" as="geometry">
            <mxRectangle x="-70" y="680" width="240" height="30" as="alternateBounds" />
          </mxGeometry>
        </mxCell>
        <mxCell id="Tc_GIQojTk6pTu17JZoE-24" value="rico:CorporateBody" style="text;strokeColor=none;fillColor=none;align=center;verticalAlign=top;spacingLeft=4;spacingRight=4;overflow=hidden;rotatable=0;points=[[0,0.5],[1,0.5]];portConstraint=eastwest;whiteSpace=wrap;html=1;" parent="Tc_GIQojTk6pTu17JZoE-23" vertex="1">
          <mxGeometry y="26" width="190" height="26" as="geometry" />
        </mxCell>
        <mxCell id="I4bDPw6PqqAUihyiD4HI-1" value="" style="endArrow=classic;html=1;rounded=0;entryX=0.569;entryY=-0.019;entryDx=0;entryDy=0;entryPerimeter=0;exitX=0;exitY=0.846;exitDx=0;exitDy=0;exitPerimeter=0;" parent="1" source="Tc_GIQojTk6pTu17JZoE-2" target="Tc_GIQojTk6pTu17JZoE-23" edge="1">
          <mxGeometry relative="1" as="geometry">
            <mxPoint x="270" y="440" as="sourcePoint" />
            <mxPoint x="120" y="680" as="targetPoint" />
          </mxGeometry>
        </mxCell>
        <mxCell id="I4bDPw6PqqAUihyiD4HI-2" value="rico:isSuccessorOf" style="edgeLabel;resizable=0;html=1;;align=center;verticalAlign=middle;" parent="I4bDPw6PqqAUihyiD4HI-1" connectable="0" vertex="1">
          <mxGeometry relative="1" as="geometry" />
        </mxCell>
        <mxCell id="I4bDPw6PqqAUihyiD4HI-3" value="" style="endArrow=classic;html=1;rounded=0;exitX=0.435;exitY=1.038;exitDx=0;exitDy=0;exitPerimeter=0;entryX=0.556;entryY=-0.033;entryDx=0;entryDy=0;entryPerimeter=0;" parent="1" source="I4GB3cVhTv-sTvJ7h0Jz-30" target="I4bDPw6PqqAUihyiD4HI-5" edge="1">
          <mxGeometry relative="1" as="geometry">
            <mxPoint x="-150" y="504" as="sourcePoint" />
            <mxPoint x="-220" y="640" as="targetPoint" />
          </mxGeometry>
        </mxCell>
        <mxCell id="I4bDPw6PqqAUihyiD4HI-4" value="rico:generalDescription" style="edgeLabel;resizable=0;html=1;;align=center;verticalAlign=middle;" parent="I4bDPw6PqqAUihyiD4HI-3" connectable="0" vertex="1">
          <mxGeometry relative="1" as="geometry" />
        </mxCell>
        <mxCell id="I4bDPw6PqqAUihyiD4HI-5" value="&lt;blockquote style=&quot;margin: 0 0 0 40px; border: none; padding: 0px;&quot;&gt;Source Note:&amp;nbsp;MacTaggart, Hazel I.&amp;nbsp; Publications of the Government of Ontario, 1901-1955 (1964).&amp;nbsp;Publications of the Government of Ontario, 1956-1971 (1975).&amp;nbsp;Canadiana Name Authorities, 1996-12-24&lt;/blockquote&gt;" style="html=1;whiteSpace=wrap;rounded=1;arcSize=50;align=left;" parent="1" vertex="1">
          <mxGeometry x="-410" y="650" width="290" height="90" as="geometry" />
        </mxCell>
        <mxCell id="ysJAvTtuVAxGOwe6Rh7X-1" value="The Health Department Act, Statutes of Ontario 1924, Chap. 69" style="swimlane;fontStyle=0;childLayout=stackLayout;horizontal=1;startSize=26;fillColor=none;horizontalStack=0;resizeParent=1;resizeParentMax=0;resizeLast=0;collapsible=1;marginBottom=0;whiteSpace=wrap;html=1;" parent="1" vertex="1">
          <mxGeometry x="670" y="480" width="280" height="52" as="geometry" />
        </mxCell>
        <mxCell id="ysJAvTtuVAxGOwe6Rh7X-2" value="rico:Mandate&lt;div&gt;&lt;br&gt;&lt;/div&gt;" style="text;strokeColor=none;fillColor=none;align=center;verticalAlign=top;spacingLeft=4;spacingRight=4;overflow=hidden;rotatable=0;points=[[0,0.5],[1,0.5]];portConstraint=eastwest;whiteSpace=wrap;html=1;" parent="ysJAvTtuVAxGOwe6Rh7X-1" vertex="1">
          <mxGeometry y="26" width="280" height="26" as="geometry" />
        </mxCell>
        <mxCell id="ysJAvTtuVAxGOwe6Rh7X-3" value="" style="endArrow=classic;html=1;rounded=0;entryX=0;entryY=0.25;entryDx=0;entryDy=0;exitX=0.994;exitY=0.923;exitDx=0;exitDy=0;exitPerimeter=0;" parent="1" source="Tc_GIQojTk6pTu17JZoE-2" target="ysJAvTtuVAxGOwe6Rh7X-1" edge="1">
          <mxGeometry relative="1" as="geometry">
            <mxPoint x="480" y="430" as="sourcePoint" />
            <mxPoint x="620" y="480" as="targetPoint" />
          </mxGeometry>
        </mxCell>
        <mxCell id="ysJAvTtuVAxGOwe6Rh7X-4" value="rico:authorizedBy" style="edgeLabel;resizable=0;html=1;;align=center;verticalAlign=middle;" parent="ysJAvTtuVAxGOwe6Rh7X-3" connectable="0" vertex="1">
          <mxGeometry relative="1" as="geometry" />
        </mxCell>
        <mxCell id="ysJAvTtuVAxGOwe6Rh7X-5" value="Ontario. Ministry of Health" style="swimlane;fontStyle=0;childLayout=stackLayout;horizontal=1;startSize=26;fillColor=none;horizontalStack=0;resizeParent=1;resizeParentMax=0;resizeLast=0;collapsible=1;marginBottom=0;whiteSpace=wrap;html=1;strokeColor=#000000;" parent="1" vertex="1">
          <mxGeometry x="100" y="750" width="180" height="52" as="geometry" />
        </mxCell>
        <mxCell id="ysJAvTtuVAxGOwe6Rh7X-6" value="rico:CorporateBody" style="text;strokeColor=none;fillColor=none;align=center;verticalAlign=top;spacingLeft=4;spacingRight=4;overflow=hidden;rotatable=0;points=[[0,0.5],[1,0.5]];portConstraint=eastwest;whiteSpace=wrap;html=1;" parent="ysJAvTtuVAxGOwe6Rh7X-5" vertex="1">
          <mxGeometry y="26" width="180" height="26" as="geometry" />
        </mxCell>
        <mxCell id="ysJAvTtuVAxGOwe6Rh7X-7" value="" style="endArrow=classic;html=1;rounded=0;entryX=0.438;entryY=0.019;entryDx=0;entryDy=0;entryPerimeter=0;exitX=0.139;exitY=0.962;exitDx=0;exitDy=0;exitPerimeter=0;" parent="1" source="Tc_GIQojTk6pTu17JZoE-2" target="ysJAvTtuVAxGOwe6Rh7X-5" edge="1">
          <mxGeometry relative="1" as="geometry">
            <mxPoint x="320" y="420" as="sourcePoint" />
            <mxPoint x="320" y="660" as="targetPoint" />
          </mxGeometry>
        </mxCell>
        <mxCell id="ysJAvTtuVAxGOwe6Rh7X-8" value="rico:hasSuccessor" style="edgeLabel;resizable=0;html=1;;align=center;verticalAlign=middle;" parent="ysJAvTtuVAxGOwe6Rh7X-7" connectable="0" vertex="1">
          <mxGeometry relative="1" as="geometry" />
        </mxCell>
        <mxCell id="EUA9VVVl7iRi0US9AbU_-1" value="Some node" style="rounded=0;whiteSpace=wrap;html=1;fillColor=#647687;fontColor=#ffffff;strokeColor=#314354;" vertex="1" parent="1">
          <mxGeometry x="-250" y="192" width="120" height="60" as="geometry" />
        </mxCell>
        <mxCell id="EUA9VVVl7iRi0US9AbU_-2" value="List pnnpni" style="swimlane;fontStyle=0;childLayout=stackLayout;horizontal=1;startSize=30;horizontalStack=0;resizeParent=1;resizeParentMax=0;resizeLast=0;collapsible=1;marginBottom=0;whiteSpace=wrap;html=1;" vertex="1" parent="1">
          <mxGeometry x="-460" y="60" width="140" height="120" as="geometry" />
        </mxCell>
        <mxCell id="EUA9VVVl7iRi0US9AbU_-3" value="rico:Item%201" style="text;strokeColor=none;fillColor=none;align=left;verticalAlign=middle;spacingLeft=4;spacingRight=4;overflow=hidden;points=[[0,0.5],[1,0.5]];portConstraint=eastwest;rotatable=0;whiteSpace=wrap;html=1;" vertex="1" parent="EUA9VVVl7iRi0US9AbU_-2">
          <mxGeometry y="30" width="140" height="30" as="geometry" />
        </mxCell>
        <mxCell id="EUA9VVVl7iRi0US9AbU_-4" value="rdf:Item%202" style="text;strokeColor=none;fillColor=none;align=left;verticalAlign=middle;spacingLeft=4;spacingRight=4;overflow=hidden;points=[[0,0.5],[1,0.5]];portConstraint=eastwest;rotatable=0;whiteSpace=wrap;html=1;" vertex="1" parent="EUA9VVVl7iRi0US9AbU_-2">
          <mxGeometry y="60" width="140" height="30" as="geometry" />
        </mxCell>
        <mxCell id="EUA9VVVl7iRi0US9AbU_-5" value="lol:Item%203" style="text;strokeColor=none;fillColor=none;align=left;verticalAlign=middle;spacingLeft=4;spacingRight=4;overflow=hidden;points=[[0,0.5],[1,0.5]];portConstraint=eastwest;rotatable=0;whiteSpace=wrap;html=1;" vertex="1" parent="EUA9VVVl7iRi0US9AbU_-2">
          <mxGeometry y="90" width="140" height="30" as="geometry" />
        </mxCell>
        <mxCell id="EUA9VVVl7iRi0US9AbU_-6" value="" style="endArrow=classic;html=1;rounded=0;exitX=1;exitY=0.5;exitDx=0;exitDy=0;entryX=0;entryY=0.5;entryDx=0;entryDy=0;" edge="1" parent="1" source="EUA9VVVl7iRi0US9AbU_-4" target="EUA9VVVl7iRi0US9AbU_-1">
          <mxGeometry width="50" height="50" relative="1" as="geometry">
            <mxPoint x="-310" y="220" as="sourcePoint" />
            <mxPoint x="-260" y="170" as="targetPoint" />
          </mxGeometry>
        </mxCell>
        <mxCell id="EUA9VVVl7iRi0US9AbU_-11" value="rdf:some-predicate" style="edgeLabel;html=1;align=center;verticalAlign=middle;resizable=0;points=[];" vertex="1" connectable="0" parent="EUA9VVVl7iRi0US9AbU_-6">
          <mxGeometry x="-0.0264" relative="1" as="geometry">
            <mxPoint as="offset" />
          </mxGeometry>
        </mxCell>
        <mxCell id="EUA9VVVl7iRi0US9AbU_-7" value="hellothere2" style="rounded=1;whiteSpace=wrap;html=1;" vertex="1" parent="1">
          <mxGeometry x="-110" y="120" width="120" height="60" as="geometry" />
        </mxCell>
        <mxCell id="EUA9VVVl7iRi0US9AbU_-8" value="hellothere" style="ellipse;whiteSpace=wrap;html=1;" vertex="1" parent="1">
          <mxGeometry x="-220" y="26" width="120" height="80" as="geometry" />
        </mxCell>
        <mxCell id="EUA9VVVl7iRi0US9AbU_-9" value="&lt;h1 style=&quot;margin-top: 0px;&quot;&gt;Heading&lt;/h1&gt;&lt;p&gt;This diagram illustrates that the current implementation has a neat feature that any node that doesn&#39;t look like an individual (i.e., two-part stacked box) nor is connected to an individual via a labeled arrow, is ignored. This allows users to add arbitrary decorations to the diagram without risking to break the onotology.&lt;/p&gt;&lt;p&gt;Anything that is the target of a labeled arrow (by the way, this does not require strict linking by default unless &quot;strict arrow parsing&quot; is enabled in parser settings) but doesn&#39;t look like an individual&lt;/p&gt;" style="text;html=1;whiteSpace=wrap;overflow=hidden;rounded=0;" vertex="1" parent="1">
          <mxGeometry x="-820" y="10" width="300" height="200" as="geometry" />
        </mxCell>
-         <mxCell id="EUA9VVVl7iRi0US9AbU_-10" value="lolabout" style="shape=cylinder3;whiteSpace=wrap;html=1;boundedLbl=1;backgroundOutline=1;size=15;" vertex="1" parent="1">
+         <mxCell id="EUA9VVVl7iRi0US9AbU_-10" value="lolabout" style="rounded=1;whiteSpace=wrap;html=1;boundedLbl=1;backgroundOutline=1;size=15;" vertex="1" parent="1">
          <mxGeometry x="-550" y="322" width="60" height="80" as="geometry" />
        </mxCell>
        <mxCell id="EUA9VVVl7iRi0US9AbU_-14" value="" style="endArrow=classic;html=1;rounded=0;entryX=1;entryY=0.5;entryDx=0;entryDy=0;entryPerimeter=0;" edge="1" parent="1" source="EUA9VVVl7iRi0US9AbU_-5" target="EUA9VVVl7iRi0US9AbU_-10">
          <mxGeometry width="50" height="50" relative="1" as="geometry">
            <mxPoint x="-520" y="190" as="sourcePoint" />
            <mxPoint x="-430" y="240" as="targetPoint" />
          </mxGeometry>
        </mxCell>
        <mxCell id="EUA9VVVl7iRi0US9AbU_-15" value="hellow:there" style="edgeLabel;html=1;align=center;verticalAlign=middle;resizable=0;points=[];" vertex="1" connectable="0" parent="EUA9VVVl7iRi0US9AbU_-14">
          <mxGeometry x="-0.2344" y="2" relative="1" as="geometry">
            <mxPoint as="offset" />
          </mxGeometry>
        </mxCell>
        <mxCell id="EUA9VVVl7iRi0US9AbU_-16" value="Vertical Container" style="swimlane;whiteSpace=wrap;html=1;" vertex="1" parent="1">
          <mxGeometry x="-830" y="350" width="200" height="60" as="geometry" />
        </mxCell>
        <mxCell id="EUA9VVVl7iRi0US9AbU_-20" value="lol:index" style="text;html=1;align=center;verticalAlign=middle;resizable=0;points=[];autosize=1;strokeColor=none;fillColor=none;" vertex="1" parent="EUA9VVVl7iRi0US9AbU_-16">
          <mxGeometry x="90" y="29" width="70" height="30" as="geometry" />
        </mxCell>
        <mxCell id="EUA9VVVl7iRi0US9AbU_-17" value="" style="endArrow=classic;html=1;rounded=0;exitX=0.586;exitY=0.933;exitDx=0;exitDy=0;exitPerimeter=0;entryX=0.89;entryY=0;entryDx=0;entryDy=0;entryPerimeter=0;" edge="1" parent="1" source="EUA9VVVl7iRi0US9AbU_-5" target="EUA9VVVl7iRi0US9AbU_-16">
          <mxGeometry width="50" height="50" relative="1" as="geometry">
            <mxPoint x="-500" y="230" as="sourcePoint" />
            <mxPoint x="-450" y="180" as="targetPoint" />
          </mxGeometry>
        </mxCell>
        <mxCell id="EUA9VVVl7iRi0US9AbU_-18" value="rdf:type" style="edgeLabel;html=1;align=center;verticalAlign=middle;resizable=0;points=[];" vertex="1" connectable="0" parent="EUA9VVVl7iRi0US9AbU_-17">
          <mxGeometry x="0.7191" relative="1" as="geometry">
            <mxPoint as="offset" />
          </mxGeometry>
        </mxCell>
      </root>
    </mxGraphModel>
  </diagram>
</mxfile>
